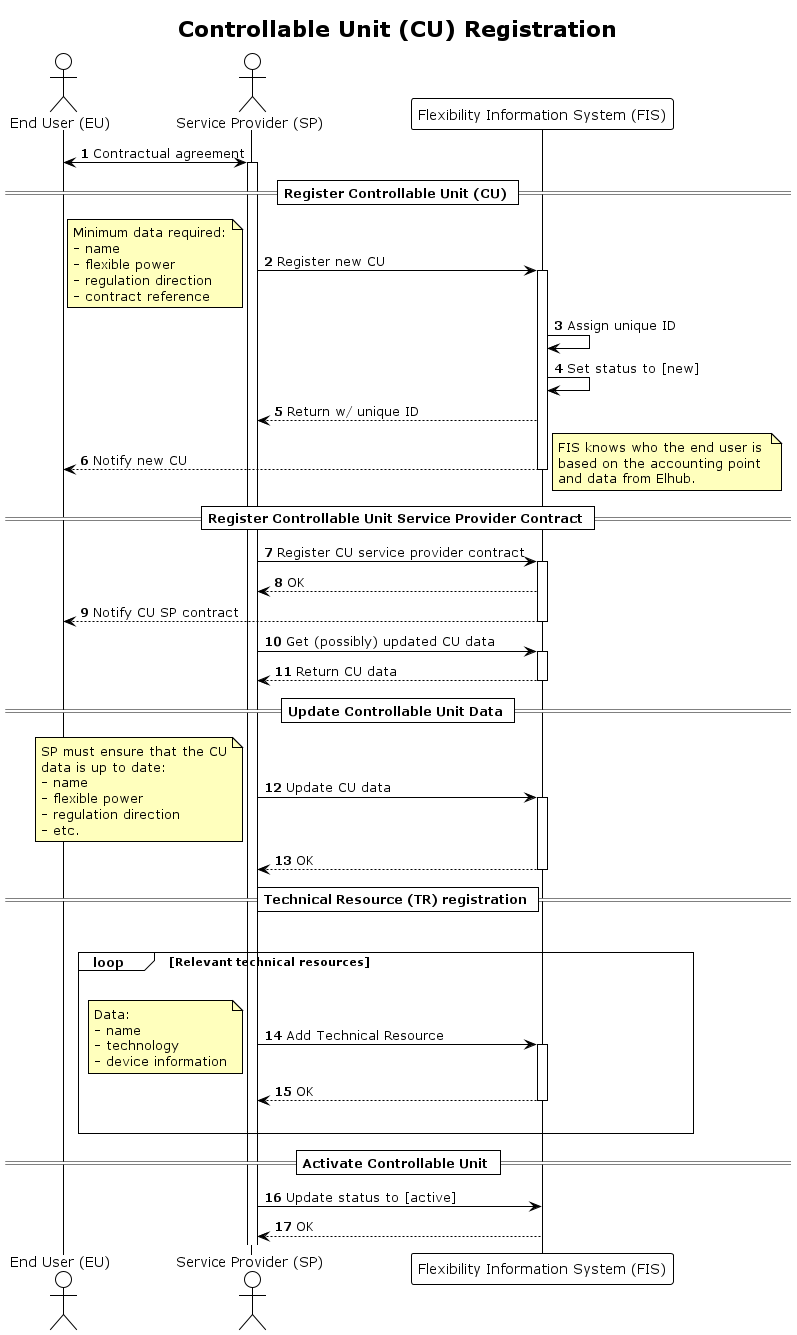
This is docs/diagrams/controllable_unit_registration.png from elhub/flex-information-system, a PlantUML export, as it was before one commit.
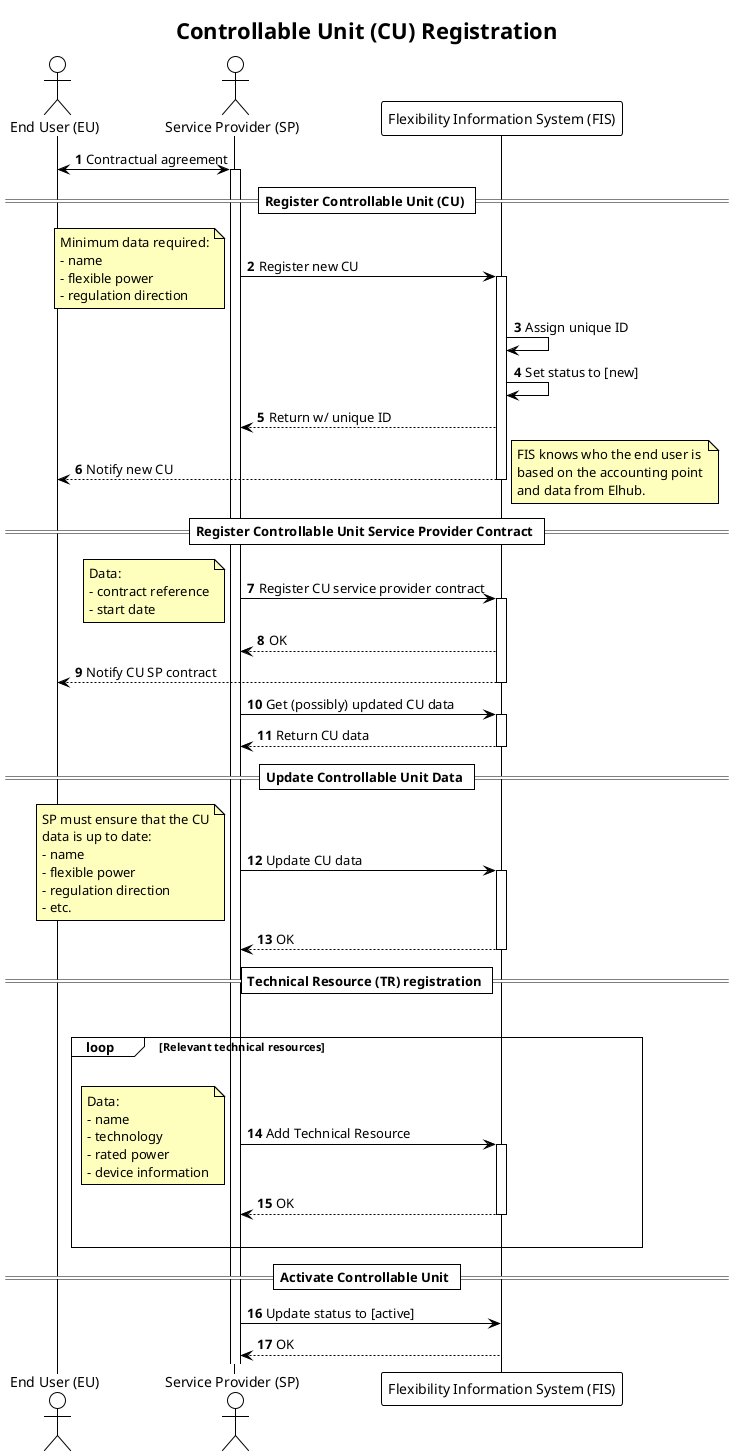
Above is the later version.

Commit message:
fix(docs): contract reference is on cu sp

Change to the diagram source:
```diff
@@ -23,7 +23,6 @@
     - name
     - flexible power
     - regulation direction
-    - contract reference
 end note
 
 activate FIS
@@ -41,6 +40,11 @@
 == Register Controllable Unit Service Provider Contract ==
 
 SP -> FIS: Register CU service provider contract
+note left
+    Data:
+    - contract reference
+    - start date
+end note
 activate FIS
 FIS --> SP: OK
 FIS --> EU : Notify CU SP contract
@@ -78,6 +82,7 @@
         Data:
         - name
         - technology
+        - rated power
         - device information
     end note
     activate FIS
```
